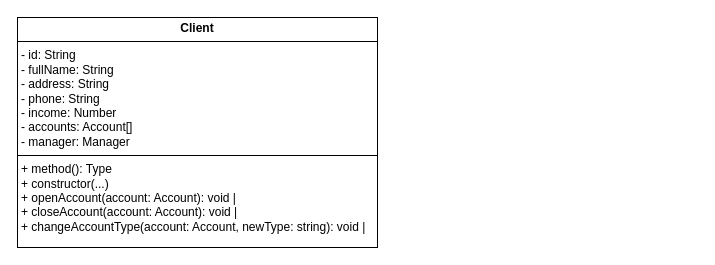
The draw.io diagram Diagrama sem nome.drawio in marihemori/project-bank, before the edit. Source tidied: cells renumbered, new cells numbered last; positions are measured from the earlier drawing's top-left corner, leaving out a move shared by most shapes. Both pictures are drawn from the tidied source at 100%, with x=0, y=0 at pixel (17, 17).
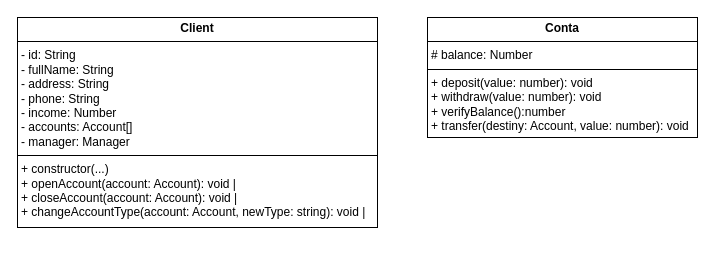
After the change.

Diff of the diagram source:
```diff
@@
 <mxGraphModel>
   <root>
     <mxCell id="0" />
     <mxCell id="1" parent="0" />
-    <mxCell id="2" value="&lt;p style=&quot;margin:0px;margin-top:4px;text-align:center;&quot;&gt;&lt;b&gt;Client&lt;/b&gt;&lt;/p&gt;&lt;hr size=&quot;1&quot; style=&quot;border-style:solid;&quot;&gt;&lt;p style=&quot;margin:0px;margin-left:4px;&quot;&gt;- id: String&lt;/p&gt;&lt;p style=&quot;margin:0px;margin-left:4px;&quot;&gt;-&amp;nbsp;&lt;span style=&quot;background-color: initial;&quot;&gt;fullName: String&lt;/span&gt;&lt;/p&gt;&lt;p style=&quot;margin:0px;margin-left:4px;&quot;&gt;&lt;span style=&quot;background-color: initial;&quot;&gt;- address: String&lt;/span&gt;&lt;/p&gt;&lt;p style=&quot;margin:0px;margin-left:4px;&quot;&gt;&lt;span style=&quot;background-color: initial;&quot;&gt;- phone: String&lt;/span&gt;&lt;/p&gt;&lt;p style=&quot;margin:0px;margin-left:4px;&quot;&gt;&lt;span style=&quot;background-color: initial;&quot;&gt;- income: Number&lt;/span&gt;&lt;/p&gt;&lt;p style=&quot;margin:0px;margin-left:4px;&quot;&gt;&lt;span style=&quot;background-color: initial;&quot;&gt;- accounts: Account[]&lt;/span&gt;&lt;/p&gt;&lt;p style=&quot;margin:0px;margin-left:4px;&quot;&gt;&lt;span style=&quot;background-color: initial;&quot;&gt;- manager: Manager&lt;/span&gt;&lt;/p&gt;&lt;hr size=&quot;1&quot; style=&quot;border-style:solid;&quot;&gt;&lt;p style=&quot;margin:0px;margin-left:4px;&quot;&gt;+ method(): Type&lt;/p&gt;&lt;p style=&quot;margin:0px;margin-left:4px;&quot;&gt;+ constructor(...)&lt;/p&gt;&lt;p style=&quot;margin:0px;margin-left:4px;&quot;&gt;+ openAccount(account: Account): void |&lt;/p&gt;&lt;p style=&quot;margin:0px;margin-left:4px;&quot;&gt;&lt;span style=&quot;background-color: initial;&quot;&gt;+ closeAccount(account: Account): void |&lt;/span&gt;&lt;/p&gt;&lt;p style=&quot;margin:0px;margin-left:4px;&quot;&gt;&lt;span style=&quot;background-color: initial;&quot;&gt;+ changeAccountType(account: Account, newType: string): void |&lt;/span&gt;&lt;/p&gt;" style="verticalAlign=top;align=left;overflow=fill;html=1;whiteSpace=wrap;" parent="1" vertex="1">
-      <mxGeometry width="360" height="230" as="geometry" />
+    <mxCell id="2" value="&lt;p style=&quot;margin:0px;margin-top:4px;text-align:center;&quot;&gt;&lt;b&gt;Client&lt;/b&gt;&lt;/p&gt;&lt;hr size=&quot;1&quot; style=&quot;border-style:solid;&quot;&gt;&lt;p style=&quot;margin:0px;margin-left:4px;&quot;&gt;- id: String&lt;/p&gt;&lt;p style=&quot;margin:0px;margin-left:4px;&quot;&gt;-&amp;nbsp;&lt;span style=&quot;background-color: initial;&quot;&gt;fullName: String&lt;/span&gt;&lt;/p&gt;&lt;p style=&quot;margin:0px;margin-left:4px;&quot;&gt;&lt;span style=&quot;background-color: initial;&quot;&gt;- address: String&lt;/span&gt;&lt;/p&gt;&lt;p style=&quot;margin:0px;margin-left:4px;&quot;&gt;&lt;span style=&quot;background-color: initial;&quot;&gt;- phone: String&lt;/span&gt;&lt;/p&gt;&lt;p style=&quot;margin:0px;margin-left:4px;&quot;&gt;&lt;span style=&quot;background-color: initial;&quot;&gt;- income: Number&lt;/span&gt;&lt;/p&gt;&lt;p style=&quot;margin:0px;margin-left:4px;&quot;&gt;&lt;span style=&quot;background-color: initial;&quot;&gt;- accounts: Account[]&lt;/span&gt;&lt;/p&gt;&lt;p style=&quot;margin:0px;margin-left:4px;&quot;&gt;&lt;span style=&quot;background-color: initial;&quot;&gt;- manager: Manager&lt;/span&gt;&lt;/p&gt;&lt;hr size=&quot;1&quot; style=&quot;border-style:solid;&quot;&gt;&lt;p style=&quot;margin:0px;margin-left:4px;&quot;&gt;&lt;span style=&quot;background-color: initial;&quot;&gt;+ constructor(...)&lt;/span&gt;&lt;br&gt;&lt;/p&gt;&lt;p style=&quot;margin:0px;margin-left:4px;&quot;&gt;+ openAccount(account: Account): void |&lt;/p&gt;&lt;p style=&quot;margin:0px;margin-left:4px;&quot;&gt;&lt;span style=&quot;background-color: initial;&quot;&gt;+ closeAccount(account: Account): void |&lt;/span&gt;&lt;/p&gt;&lt;p style=&quot;margin:0px;margin-left:4px;&quot;&gt;&lt;span style=&quot;background-color: initial;&quot;&gt;+ changeAccountType(account: Account, newType: string): void |&lt;/span&gt;&lt;/p&gt;" style="verticalAlign=top;align=left;overflow=fill;html=1;whiteSpace=wrap;" parent="1" vertex="1">
+      <mxGeometry width="360" height="210" as="geometry" />
     </mxCell>
+    <mxCell id="3" value="&lt;p style=&quot;margin:0px;margin-top:4px;text-align:center;&quot;&gt;&lt;b&gt;Conta&lt;/b&gt;&lt;/p&gt;&lt;hr size=&quot;1&quot; style=&quot;border-style:solid;&quot;&gt;&lt;p style=&quot;margin:0px;margin-left:4px;&quot;&gt;# balance: Number&lt;/p&gt;&lt;hr size=&quot;1&quot; style=&quot;border-style:solid;&quot;&gt;&lt;p style=&quot;margin:0px;margin-left:4px;&quot;&gt;+ deposit(value: number): void&lt;/p&gt;&lt;p style=&quot;margin:0px;margin-left:4px;&quot;&gt;+ withdraw(value: number): void&lt;/p&gt;&lt;p style=&quot;margin:0px;margin-left:4px;&quot;&gt;+ verifyBalance():number&lt;/p&gt;&lt;p style=&quot;margin:0px;margin-left:4px;&quot;&gt;+ transfer(destiny: Account, value: number): void&lt;/p&gt;" style="verticalAlign=top;align=left;overflow=fill;html=1;whiteSpace=wrap;" parent="1" vertex="1">
+      <mxGeometry x="410" width="270" height="120" as="geometry" />
+    </mxCell>
+    <mxCell id="4" style="edgeStyle=orthogonalEdgeStyle;rounded=0;orthogonalLoop=1;jettySize=auto;html=1;exitX=0.5;exitY=1;exitDx=0;exitDy=0;" parent="1" edge="1" source="2" target="2">
+      <mxGeometry relative="1" as="geometry" />
+    </mxCell>
   </root>
 </mxGraphModel>
```
